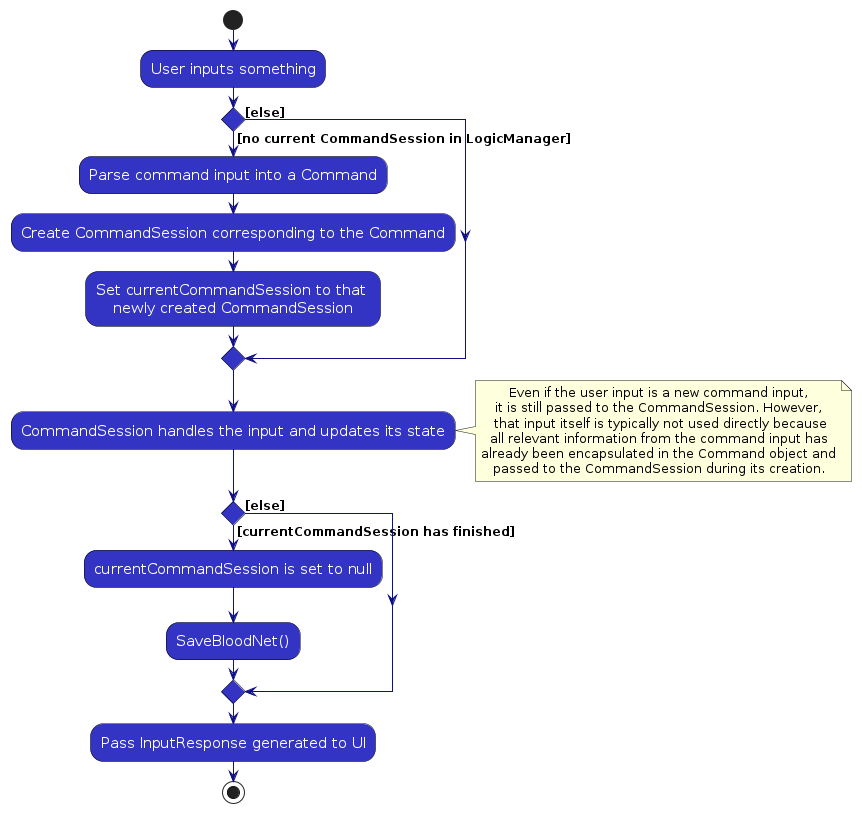
This is diagrams/CommandSessionActivityDiagram.png from AY2526S1-CS2103T-T16-4/tp, a PlantUML export, as it was before one commit. Its source is kept beside it as diagrams/CommandSessionActivityDiagram.puml. The source it was exported from:
```plantuml
@startuml
!include style.puml
skinparam activity {
    BackgroundColor LOGIC_COLOR
    BorderColor black
    ArrowColor LOGIC_COLOR_T4
    FontColor white
}
skinparam ActivityFontSize 15
skinparam ArrowFontSize 12
start
:User inputs something;
if () then ([no current CommandSession in LogicManager])
    :Parse command input into a Command;
    :Create CommandSession corresponding to the Command;
    :Set currentCommandSession to that \nnewly created CommandSession;
else ([else])
endif
:CommandSession handles the input and updates its state;
note right
Even if the user input is a new command input,
it is still passed to the CommandSession. However,
 that input itself is typically not used directly because
all relevant information from the command input has
already been encapsulated in the Command object and
passed to the CommandSession during its creation.
endnote

if () then ([currentCommandSession has finished])
    :currentCommandSession is set to null;
    :SaveBloodNet();
else ([else])
endif
:Pass InputResponse generated to UI;
stop
@enduml
```
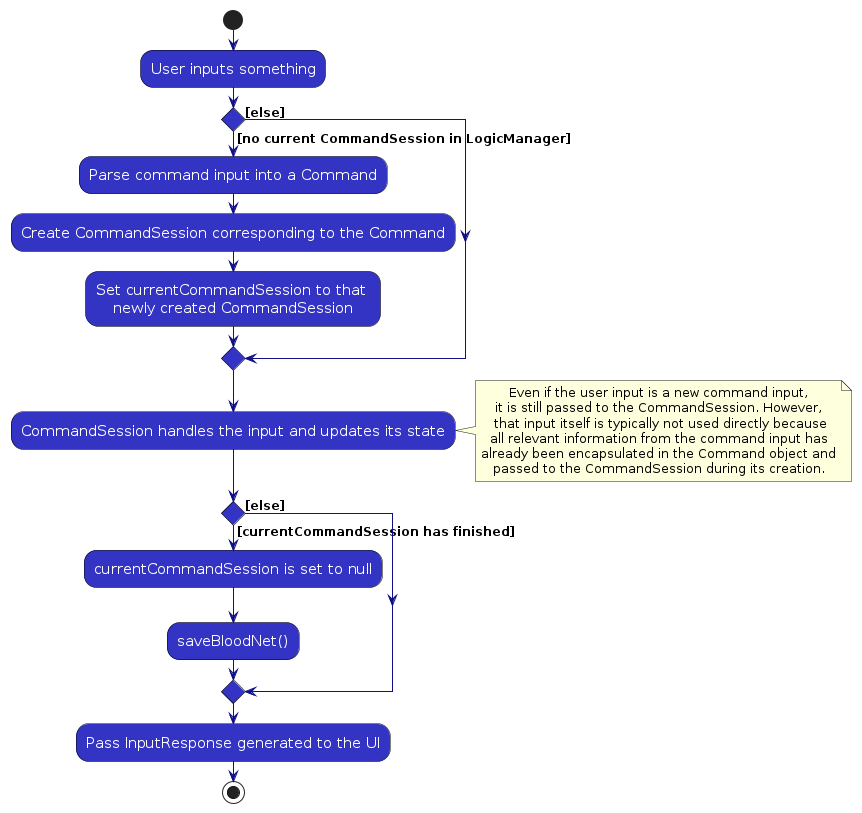
Above is the later version.

Change to the diagram source:
```diff
@@ -28,9 +28,9 @@
 
 if () then ([currentCommandSession has finished])
     :currentCommandSession is set to null;
-    :SaveBloodNet();
+    :saveBloodNet();
 else ([else])
 endif
-:Pass InputResponse generated to UI;
+:Pass InputResponse generated to the UI;
 stop
 @enduml
```
